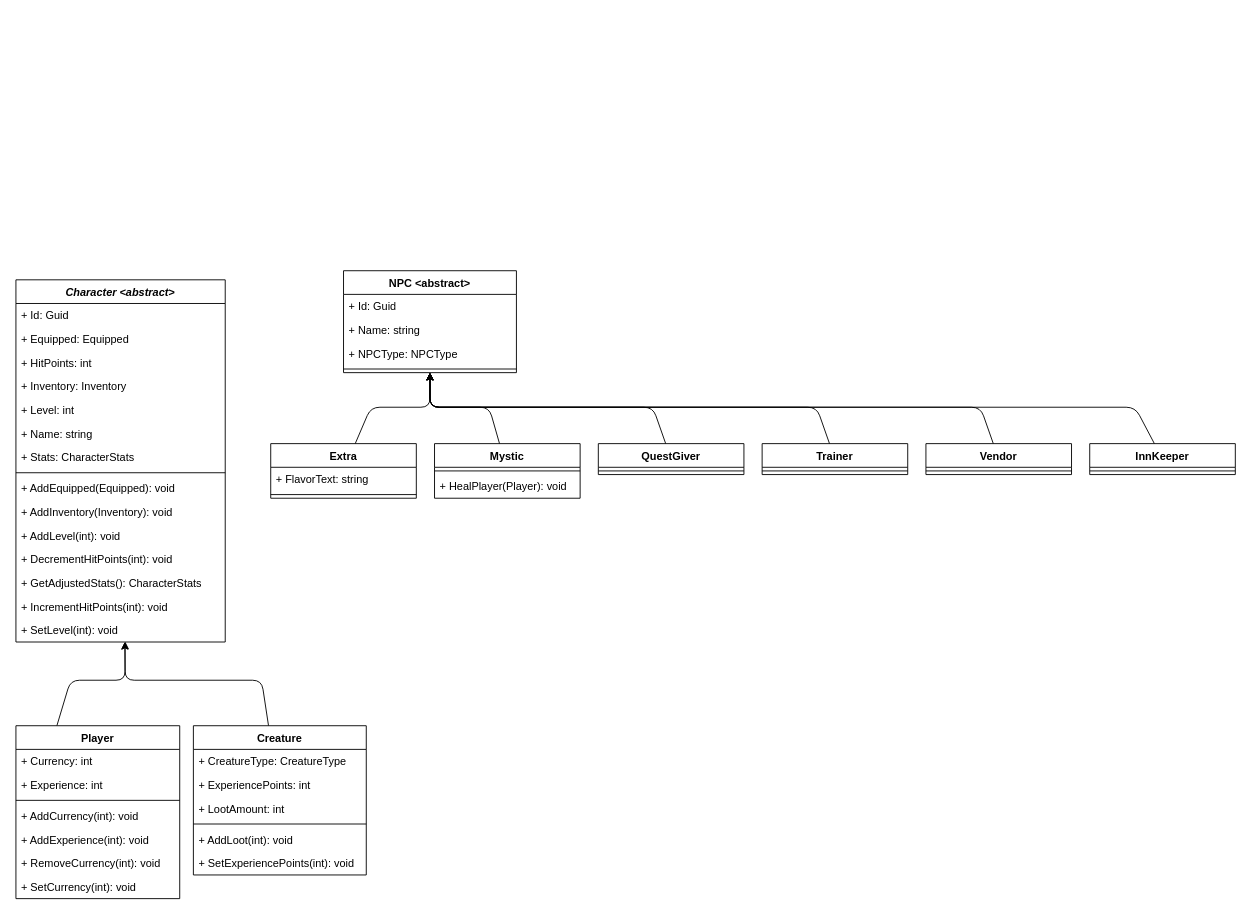
Earlier version of the draw.io diagram docs/design/domain_models/characters.drawio (scottfalbo/GameEngine). Source tidied: cells renumbered, new cells numbered last; positions are measured from the earlier drawing's top-left corner, leaving out a move shared by most shapes. Both pictures are drawn from the tidied source at 91%, with x=0, y=0 at pixel (15, 270).
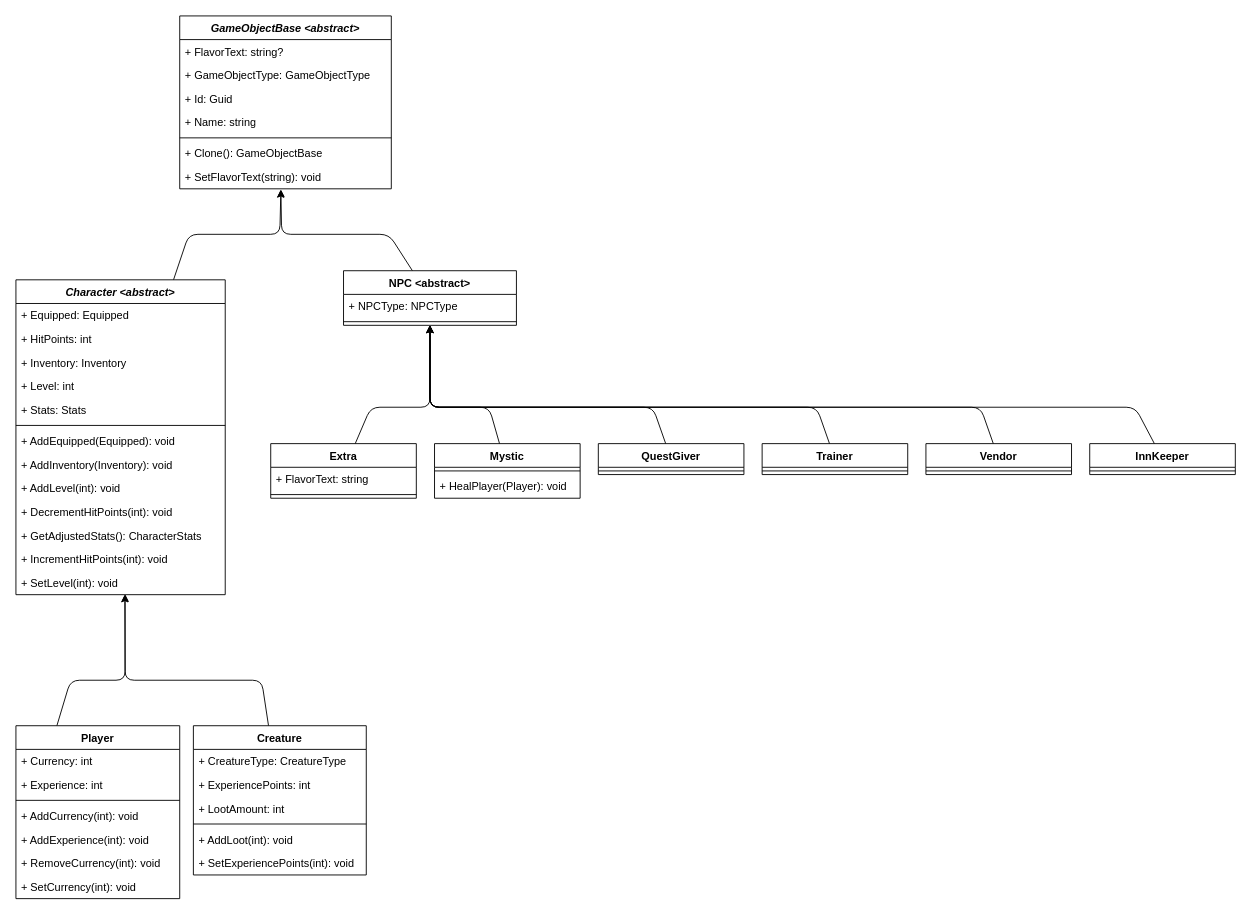
The same page after the edit.

The edit, as a diff of the source:
```diff
@@
+    <mxCell id="60" style="edgeStyle=none;html=1;entryX=0.478;entryY=1.049;entryDx=0;entryDy=0;entryPerimeter=0;" parent="1" edge="1" source="2" target="69">
+      <mxGeometry relative="1" as="geometry">
+        <Array as="points">
+          <mxPoint x="190" y="-40" />
+          <mxPoint x="290" y="-40" />
+        </Array>
+      </mxGeometry>
+    </mxCell>
     <mxCell id="2" value="Character &lt;abstract&gt;" style="swimlane;fontStyle=3;align=center;verticalAlign=top;horizontal=1;startSize=26;" parent="1" vertex="1">
-      <mxGeometry y="10" width="230" height="398" as="geometry" />
+      <mxGeometry y="10" width="230" height="346" as="geometry" />
     </mxCell>
-    <mxCell id="3" value="+ Id: Guid" style="text;strokeColor=none;fillColor=none;align=left;verticalAlign=top;spacingLeft=4;spacingRight=4;overflow=hidden;whiteSpace=wrap;html=1;" parent="2" vertex="1">
-      <mxGeometry y="26" width="230" height="26" as="geometry" />
-    </mxCell>
     <mxCell id="4" value="+ Equipped: Equipped" style="text;strokeColor=none;fillColor=none;align=left;verticalAlign=top;spacingLeft=4;spacingRight=4;overflow=hidden;" parent="2" vertex="1">
-      <mxGeometry y="52" width="230" height="26" as="geometry" />
+      <mxGeometry y="26" width="230" height="26" as="geometry" />
     </mxCell>
     <mxCell id="5" value="+ HitPoints: int" style="text;strokeColor=none;fillColor=none;align=left;verticalAlign=top;spacingLeft=4;spacingRight=4;overflow=hidden;" parent="2" vertex="1">
-      <mxGeometry y="78" width="230" height="26" as="geometry" />
+      <mxGeometry y="52" width="230" height="26" as="geometry" />
     </mxCell>
     <mxCell id="6" value="+ Inventory: Inventory" style="text;strokeColor=none;fillColor=none;align=left;verticalAlign=top;spacingLeft=4;spacingRight=4;overflow=hidden;" parent="2" vertex="1">
-      <mxGeometry y="104" width="230" height="26" as="geometry" />
+      <mxGeometry y="78" width="230" height="26" as="geometry" />
     </mxCell>
     <mxCell id="7" value="+ Level: int" style="text;strokeColor=none;fillColor=none;align=left;verticalAlign=top;spacingLeft=4;spacingRight=4;overflow=hidden;" parent="2" vertex="1">
-      <mxGeometry y="130" width="230" height="26" as="geometry" />
+      <mxGeometry y="104" width="230" height="26" as="geometry" />
     </mxCell>
-    <mxCell id="8" value="+ Name: string" style="text;strokeColor=none;fillColor=none;align=left;verticalAlign=top;spacingLeft=4;spacingRight=4;overflow=hidden;" parent="2" vertex="1">
-      <mxGeometry y="156" width="230" height="26" as="geometry" />
-    </mxCell>
-    <mxCell id="9" value="+ Stats: CharacterStats" style="text;strokeColor=none;fillColor=none;align=left;verticalAlign=top;spacingLeft=4;spacingRight=4;overflow=hidden;" parent="2" vertex="1">
-      <mxGeometry y="182" width="230" height="26" as="geometry" />
+    <mxCell id="9" value="+ Stats: Stats" style="text;strokeColor=none;fillColor=none;align=left;verticalAlign=top;spacingLeft=4;spacingRight=4;overflow=hidden;" parent="2" vertex="1">
+      <mxGeometry y="130" width="230" height="26" as="geometry" />
     </mxCell>
     <mxCell id="10" style="line;strokeWidth=1;fillColor=none;align=left;verticalAlign=middle;spacingTop=-1;spacingLeft=3;spacingRight=3;labelPosition=right;strokeColor=inherit;" parent="2" vertex="1">
-      <mxGeometry y="208" width="230" height="8" as="geometry" />
+      <mxGeometry y="156" width="230" height="8" as="geometry" />
     </mxCell>
     <mxCell id="11" value="+ AddEquipped(Equipped): void" style="text;strokeColor=none;fillColor=none;align=left;verticalAlign=top;spacingLeft=4;spacingRight=4;overflow=hidden;" parent="2" vertex="1">
-      <mxGeometry y="216" width="230" height="26" as="geometry" />
+      <mxGeometry y="164" width="230" height="26" as="geometry" />
     </mxCell>
     <mxCell id="12" value="+ AddInventory(Inventory): void" style="text;strokeColor=none;fillColor=none;align=left;verticalAlign=top;spacingLeft=4;spacingRight=4;overflow=hidden;" parent="2" vertex="1">
-      <mxGeometry y="242" width="230" height="26" as="geometry" />
+      <mxGeometry y="190" width="230" height="26" as="geometry" />
     </mxCell>
     <mxCell id="13" value="+ AddLevel(int): void" style="text;strokeColor=none;fillColor=none;align=left;verticalAlign=top;spacingLeft=4;spacingRight=4;overflow=hidden;" parent="2" vertex="1">
-      <mxGeometry y="268" width="230" height="26" as="geometry" />
+      <mxGeometry y="216" width="230" height="26" as="geometry" />
     </mxCell>
     <mxCell id="14" value="+ DecrementHitPoints(int): void" style="text;strokeColor=none;fillColor=none;align=left;verticalAlign=top;spacingLeft=4;spacingRight=4;overflow=hidden;" parent="2" vertex="1">
-      <mxGeometry y="294" width="230" height="26" as="geometry" />
+      <mxGeometry y="242" width="230" height="26" as="geometry" />
     </mxCell>
     <mxCell id="15" value="+ GetAdjustedStats(): CharacterStats" style="text;strokeColor=none;fillColor=none;align=left;verticalAlign=top;spacingLeft=4;spacingRight=4;overflow=hidden;" parent="2" vertex="1">
-      <mxGeometry y="320" width="230" height="26" as="geometry" />
+      <mxGeometry y="268" width="230" height="26" as="geometry" />
     </mxCell>
     <mxCell id="16" value="+ IncrementHitPoints(int): void" style="text;strokeColor=none;fillColor=none;align=left;verticalAlign=top;spacingLeft=4;spacingRight=4;overflow=hidden;" parent="2" vertex="1">
-      <mxGeometry y="346" width="230" height="26" as="geometry" />
+      <mxGeometry y="294" width="230" height="26" as="geometry" />
     </mxCell>
     <mxCell id="17" value="+ SetLevel(int): void" style="text;strokeColor=none;fillColor=none;align=left;verticalAlign=top;spacingLeft=4;spacingRight=4;overflow=hidden;points=[[0,0.5],[1,0.5]];portConstraint=eastwest;" parent="2" vertex="1">
-      <mxGeometry y="372" width="230" height="26" as="geometry" />
+      <mxGeometry y="320" width="230" height="26" as="geometry" />
     </mxCell>
@@
+    <mxCell id="61" style="edgeStyle=none;html=1;entryX=0.478;entryY=1.023;entryDx=0;entryDy=0;entryPerimeter=0;" parent="1" edge="1" source="35" target="69">
+      <mxGeometry relative="1" as="geometry">
+        <Array as="points">
+          <mxPoint x="410" y="-40" />
+          <mxPoint x="292" y="-40" />
+        </Array>
+      </mxGeometry>
+    </mxCell>
     <mxCell id="35" value="NPC &lt;abstract&gt;" style="swimlane;fontStyle=1;align=center;verticalAlign=top;horizontal=1;startSize=26;" parent="1" vertex="1">
-      <mxGeometry x="360" width="190" height="112" as="geometry" />
+      <mxGeometry x="360" width="190" height="60" as="geometry" />
     </mxCell>
-    <mxCell id="36" value="+ Id: Guid" style="text;strokeColor=none;fillColor=none;align=left;verticalAlign=top;spacingLeft=4;spacingRight=4;overflow=hidden;whiteSpace=wrap;html=1;" parent="35" vertex="1">
-      <mxGeometry y="26" width="190" height="26" as="geometry" />
-    </mxCell>
-    <mxCell id="37" value="+ Name: string" style="text;strokeColor=none;fillColor=none;align=left;verticalAlign=top;spacingLeft=4;spacingRight=4;overflow=hidden;" parent="35" vertex="1">
-      <mxGeometry y="52" width="190" height="26" as="geometry" />
-    </mxCell>
     <mxCell id="38" value="+ NPCType: NPCType" style="text;strokeColor=none;fillColor=none;align=left;verticalAlign=top;spacingLeft=4;spacingRight=4;overflow=hidden;" parent="35" vertex="1">
-      <mxGeometry y="78" width="190" height="26" as="geometry" />
+      <mxGeometry y="26" width="190" height="26" as="geometry" />
     </mxCell>
     <mxCell id="39" style="line;strokeWidth=1;fillColor=none;align=left;verticalAlign=middle;spacingTop=-1;spacingLeft=3;spacingRight=3;labelPosition=right;strokeColor=inherit;" parent="35" vertex="1">
-      <mxGeometry y="104" width="190" height="8" as="geometry" />
+      <mxGeometry y="52" width="190" height="8" as="geometry" />
     </mxCell>
@@
+    <mxCell id="62" value="GameObjectBase &lt;abstract&gt;" style="swimlane;fontStyle=3;align=center;verticalAlign=top;horizontal=1;startSize=26;" parent="1" vertex="1">
+      <mxGeometry x="180" y="-280" width="232.5" height="190" as="geometry" />
+    </mxCell>
+    <mxCell id="63" value="+ FlavorText: string?" style="text;strokeColor=none;fillColor=none;align=left;verticalAlign=top;spacingLeft=4;spacingRight=4;overflow=hidden;whiteSpace=wrap;html=1;" parent="62" vertex="1">
+      <mxGeometry y="26" width="232.5" height="26" as="geometry" />
+    </mxCell>
+    <mxCell id="64" value="+ GameObjectType: GameObjectType" style="text;strokeColor=none;fillColor=none;align=left;verticalAlign=top;spacingLeft=4;spacingRight=4;overflow=hidden;whiteSpace=wrap;html=1;" parent="62" vertex="1">
+      <mxGeometry y="52" width="232.5" height="26" as="geometry" />
+    </mxCell>
+    <mxCell id="65" value="+ Id: Guid" style="text;strokeColor=none;fillColor=none;align=left;verticalAlign=top;spacingLeft=4;spacingRight=4;overflow=hidden;whiteSpace=wrap;html=1;" parent="62" vertex="1">
+      <mxGeometry y="78" width="232.5" height="26" as="geometry" />
+    </mxCell>
+    <mxCell id="66" value="+ Name: string" style="text;strokeColor=none;fillColor=none;align=left;verticalAlign=top;spacingLeft=4;spacingRight=4;overflow=hidden;whiteSpace=wrap;html=1;" parent="62" vertex="1">
+      <mxGeometry y="104" width="232.5" height="26" as="geometry" />
+    </mxCell>
+    <mxCell id="67" style="line;strokeWidth=1;fillColor=none;align=left;verticalAlign=middle;spacingTop=-1;spacingLeft=3;spacingRight=3;labelPosition=right;strokeColor=inherit;" parent="62" vertex="1">
+      <mxGeometry y="130" width="232.5" height="8" as="geometry" />
+    </mxCell>
+    <mxCell id="68" value="+ Clone(): GameObjectBase" style="text;strokeColor=none;fillColor=none;align=left;verticalAlign=top;spacingLeft=4;spacingRight=4;overflow=hidden;" parent="62" vertex="1">
+      <mxGeometry y="138" width="232.5" height="26" as="geometry" />
+    </mxCell>
+    <mxCell id="69" value="+ SetFlavorText(string): void" style="text;strokeColor=none;fillColor=none;align=left;verticalAlign=top;spacingLeft=4;spacingRight=4;overflow=hidden;points=[[0,0.5],[1,0.5]];portConstraint=eastwest;" parent="62" vertex="1">
+      <mxGeometry y="164" width="232.5" height="26" as="geometry" />
+    </mxCell>
```
